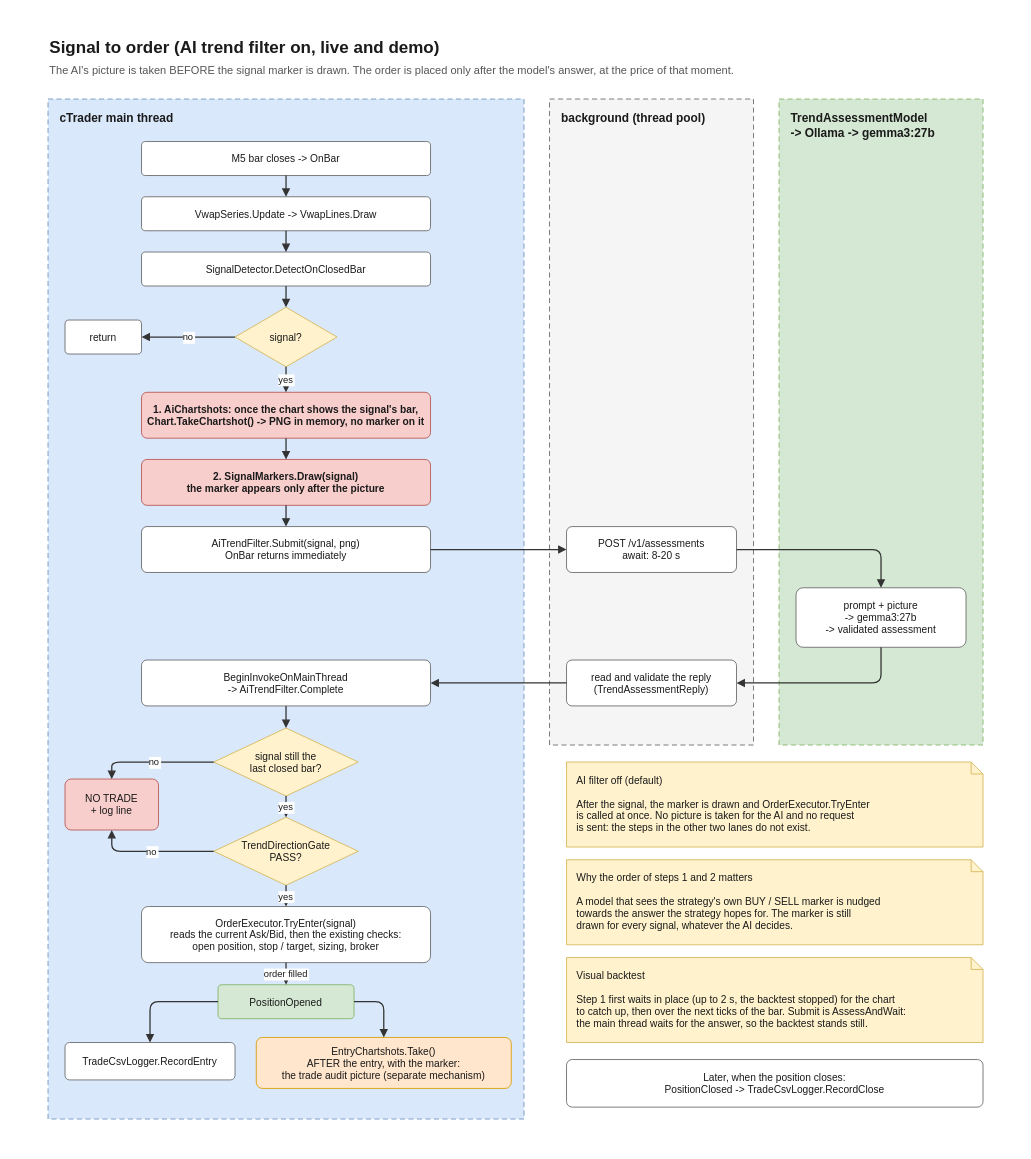
richardgong1987/VWAPTradeAI keeps this draw.io diagram as page "2. Signal to order" (2 of 6) of docs/architecture.drawio. Above is the earlier version. Source tidied: cells renumbered, new cells numbered last; positions are measured from the earlier drawing's top-left corner, leaving out a move shared by most shapes. Both pictures are drawn from the tidied source at 85%, with x=0, y=0 at pixel (14, 14).
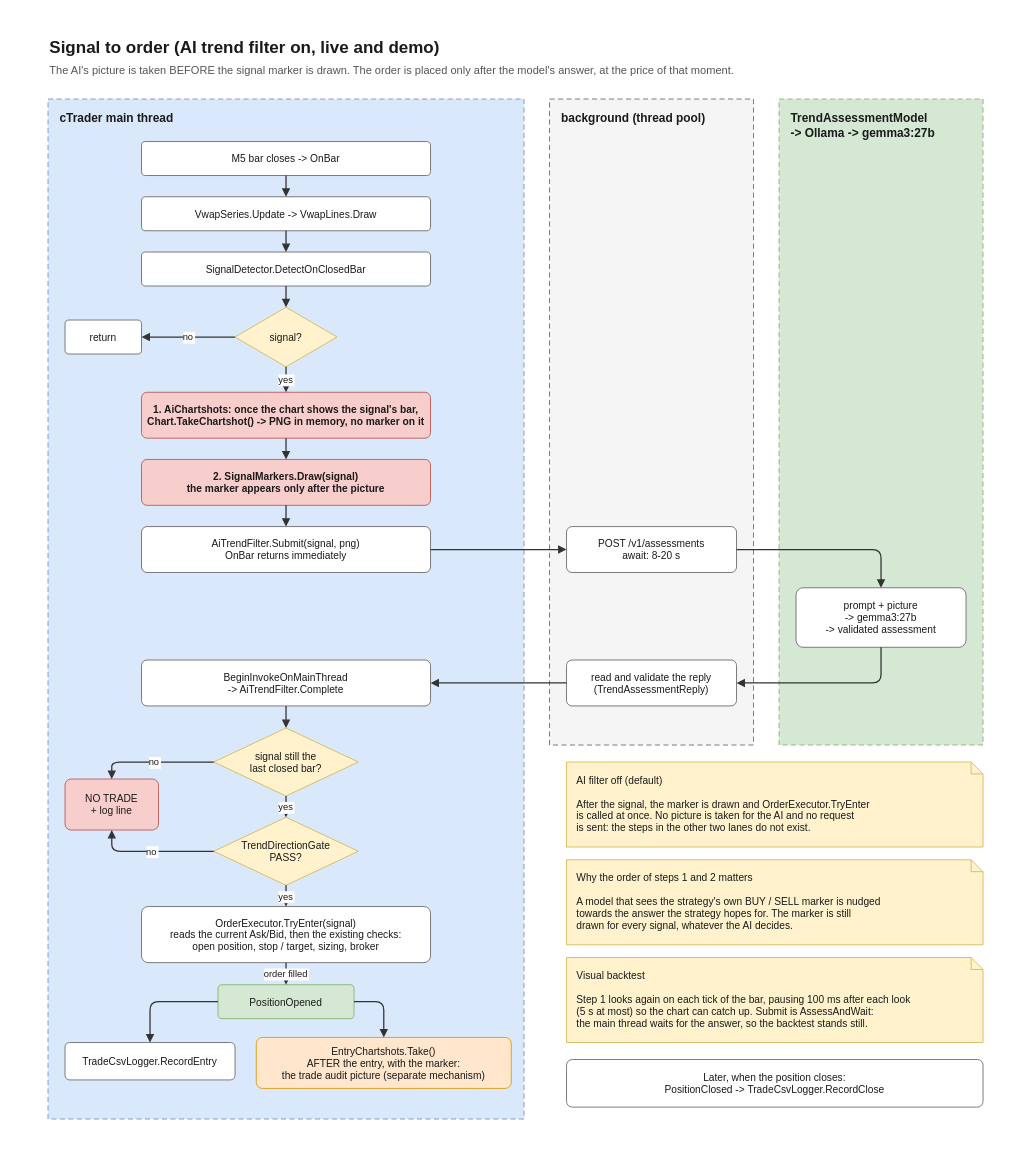
The same page after the edit.

Change to the diagram source:
```diff
@@
-    <mxCell id="49" value="Visual backtest&#10;&#10;Step 1 first waits in place (up to 2 s, the backtest stopped) for the chart&#10;to catch up, then over the next ticks of the bar. Submit is AssessAndWait:&#10;the main thread waits for the answer, so the backtest stands still." style="html=0;fontFamily=Helvetica;fontColor=#1a1a1a;shape=note;size=14;fontSize=12;align=left;verticalAlign=top;spacingLeft=10;spacingTop=8;spacingRight=6;fillColor=#fff2cc;strokeColor=#d6b656;" parent="1" vertex="1">
+    <mxCell id="49" value="Visual backtest&#10;&#10;Step 1 looks again on each tick of the bar, pausing 100 ms after each look&#10;(5 s at most) so the chart can catch up. Submit is AssessAndWait:&#10;the main thread waits for the answer, so the backtest stands still." style="html=0;fontFamily=Helvetica;fontColor=#1a1a1a;shape=note;size=14;fontSize=12;align=left;verticalAlign=top;spacingLeft=10;spacingTop=8;spacingRight=6;fillColor=#fff2cc;strokeColor=#d6b656;" parent="1" vertex="1">
       <mxGeometry x="650" y="1110" width="490" height="100" as="geometry" />
     </mxCell>
```
